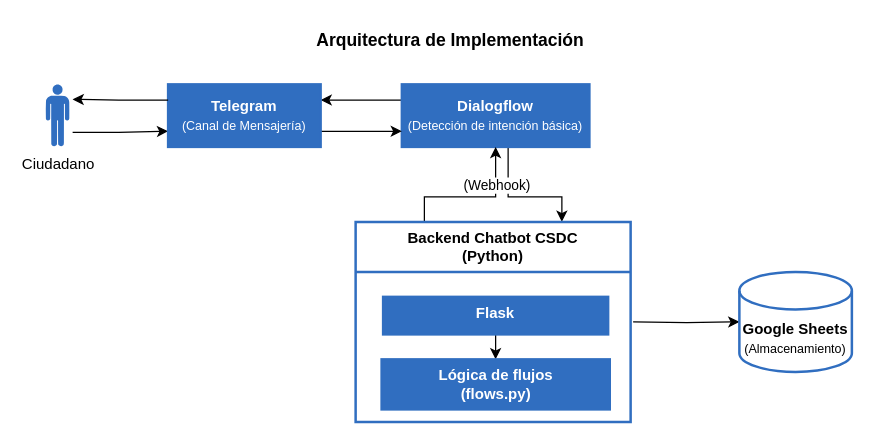
Above: flujos/Pipeline Fase 3.drawio in ada-gonzalez/grupo20_Chatbot (draw.io), before the change. Source tidied: cells renumbered, new cells numbered last; positions are measured from the earlier drawing's top-left corner, leaving out a move shared by most shapes. Both pictures are drawn from the tidied source at 125%, with x=0, y=0 at pixel (45, 21).
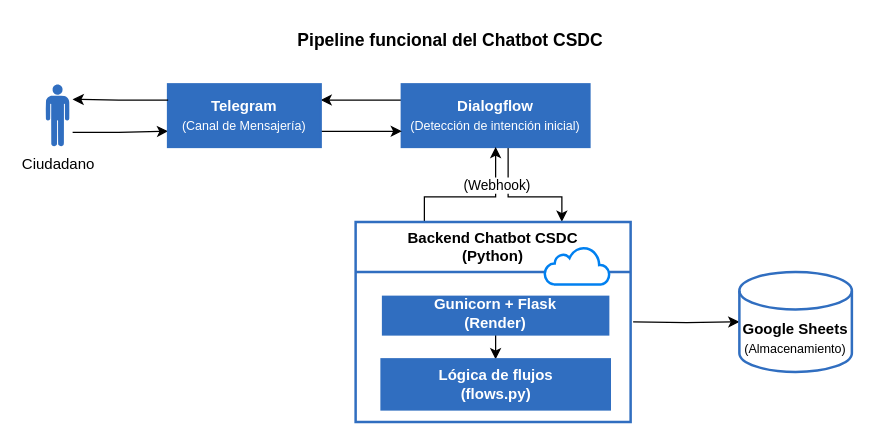
After the change.

The change refers to these unchanged cells:
```xml
<mxCell id="9" value="&lt;blockquote&gt;&lt;p&gt;Backend Chatbot CSDC&lt;br&gt;&lt;span style=&quot;background-color: transparent; color: light-dark(rgb(0, 0, 0), rgb(255, 255, 255));&quot;&gt;(Python)&lt;/span&gt;&lt;/p&gt;&lt;/blockquote&gt;&lt;p&gt;&lt;/p&gt;" style="swimlane;whiteSpace=wrap;html=1;startSize=40;textShadow=0;labelBorderColor=none;strokeColor=light-dark(#306EC0,#EDEDED);strokeWidth=2;swimlaneFillColor=default;" parent="1" vertex="1">
  <mxGeometry x="248" y="160" width="220" height="160" as="geometry" />
</mxCell>
```

The edit, as a diff of the source:
```diff
@@
-    <mxCell id="6" value="Dialogflow&lt;br&gt;&lt;span style=&quot;font-weight: normal;&quot;&gt;&lt;font style=&quot;font-size: 10px;&quot;&gt;(Detección de intención básica)&lt;/font&gt;&lt;/span&gt;" style="rounded=0;whiteSpace=wrap;html=1;strokeColor=#306EC0;strokeWidth=2;fillColor=#306EC0;fontColor=light-dark(#ffffff, #ededed);fontStyle=1;" parent="1" vertex="1">
+    <mxCell id="6" value="Dialogflow&lt;br&gt;&lt;span style=&quot;font-weight: normal;&quot;&gt;&lt;font style=&quot;font-size: 10px;&quot;&gt;(Detección de intención inicial)&lt;/font&gt;&lt;/span&gt;" style="rounded=0;whiteSpace=wrap;html=1;strokeColor=#306EC0;strokeWidth=2;fillColor=#306EC0;fontColor=light-dark(#ffffff, #ededed);fontStyle=1;" parent="1" vertex="1">
       <mxGeometry x="285" y="50" width="150" height="50" as="geometry" />
     </mxCell>
@@
-    <mxCell id="11" value="&lt;blockquote&gt;&lt;p&gt;Flask&lt;/p&gt;&lt;/blockquote&gt;&lt;h4&gt;&lt;/h4&gt;" style="text;html=1;whiteSpace=wrap;strokeColor=#306EC0;fillColor=#306EC0;align=center;verticalAlign=middle;rounded=0;strokeWidth=2;fontColor=#FFFFFF;fontStyle=1;" parent="9" vertex="1">
+    <mxCell id="11" value="&lt;blockquote&gt;&lt;p&gt;Gunicorn + Flask (Render)&lt;/p&gt;&lt;/blockquote&gt;&lt;h4&gt;&lt;/h4&gt;" style="text;html=1;whiteSpace=wrap;strokeColor=#306EC0;fillColor=#306EC0;align=center;verticalAlign=middle;rounded=0;strokeWidth=2;fontColor=#FFFFFF;fontStyle=1;" parent="9" vertex="1">
       <mxGeometry x="22" y="60" width="180" height="30" as="geometry" />
     </mxCell>
@@
+    <mxCell id="19" style="html=1;verticalLabelPosition=bottom;align=center;labelBackgroundColor=#ffffff;verticalAlign=top;strokeWidth=2;strokeColor=#0080F0;shadow=0;dashed=0;shape=mxgraph.ios7.icons.cloud;" parent="9" vertex="1">
+      <mxGeometry x="151.2" y="20" width="52" height="30" as="geometry" />
+    </mxCell>
@@
-    <mxCell id="14" value="Arquitectura de Implementación" style="text;html=1;whiteSpace=wrap;strokeColor=none;fillColor=none;align=center;verticalAlign=middle;rounded=0;fontStyle=1;fontSize=14;" parent="1" vertex="1">
+    <mxCell id="14" value="Pipeline funcional del Chatbot CSDC" style="text;html=1;whiteSpace=wrap;strokeColor=none;fillColor=none;align=center;verticalAlign=middle;rounded=0;fontStyle=1;fontSize=14;" parent="1" vertex="1">
       <mxGeometry x="139" width="370" height="30" as="geometry" />
     </mxCell>
```
